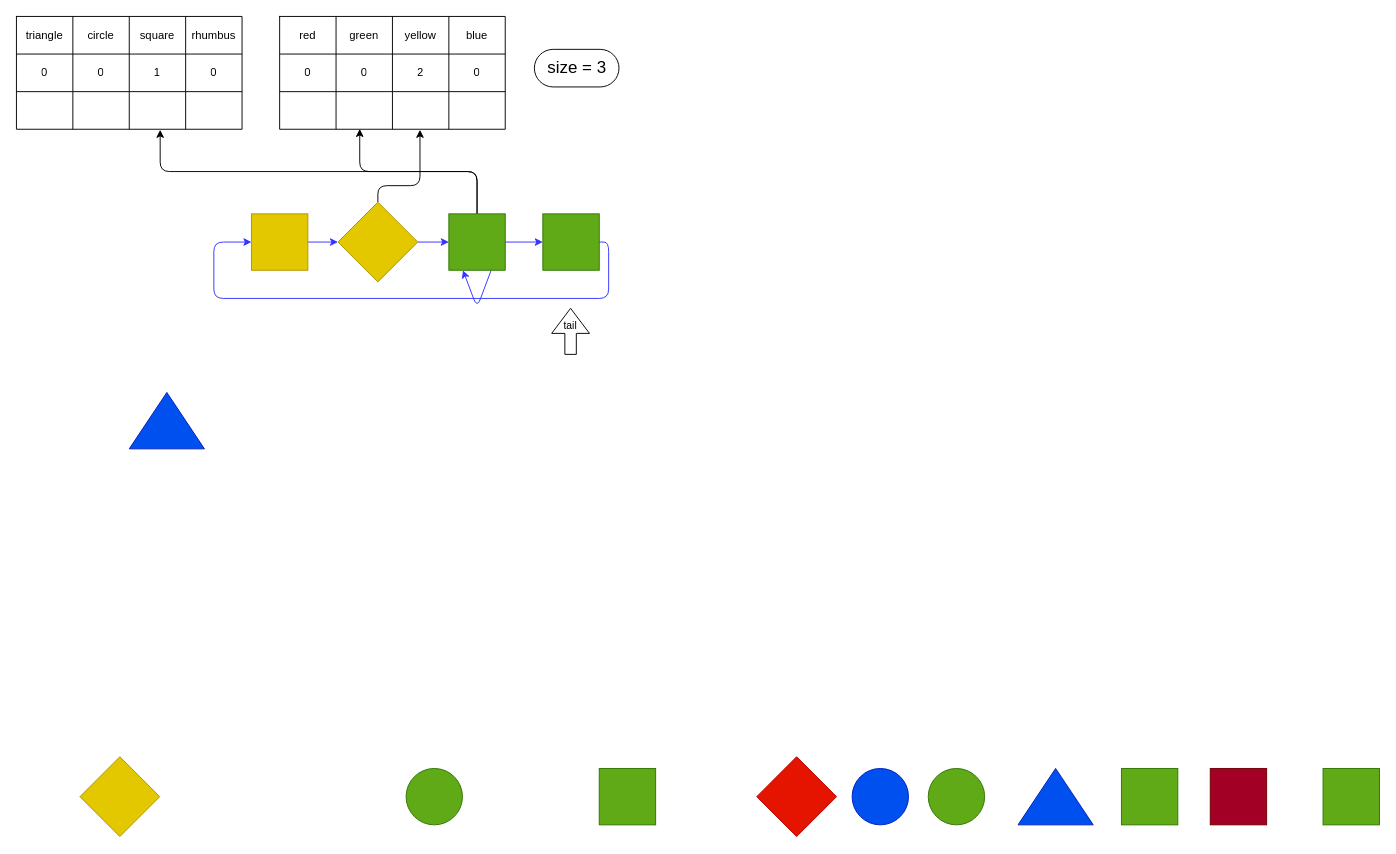
Above: docs/diagrams/walkthrouExamleDeleteAfterShift.drawio in AbderrahimeEl/Tetris (draw.io), before the change. Source tidied: cells renumbered, new cells numbered last; positions are measured from the earlier drawing's top-left corner, leaving out a move shared by most shapes. Both pictures are drawn from the tidied source at 94%, with x=0, y=0 at pixel (16, 16).
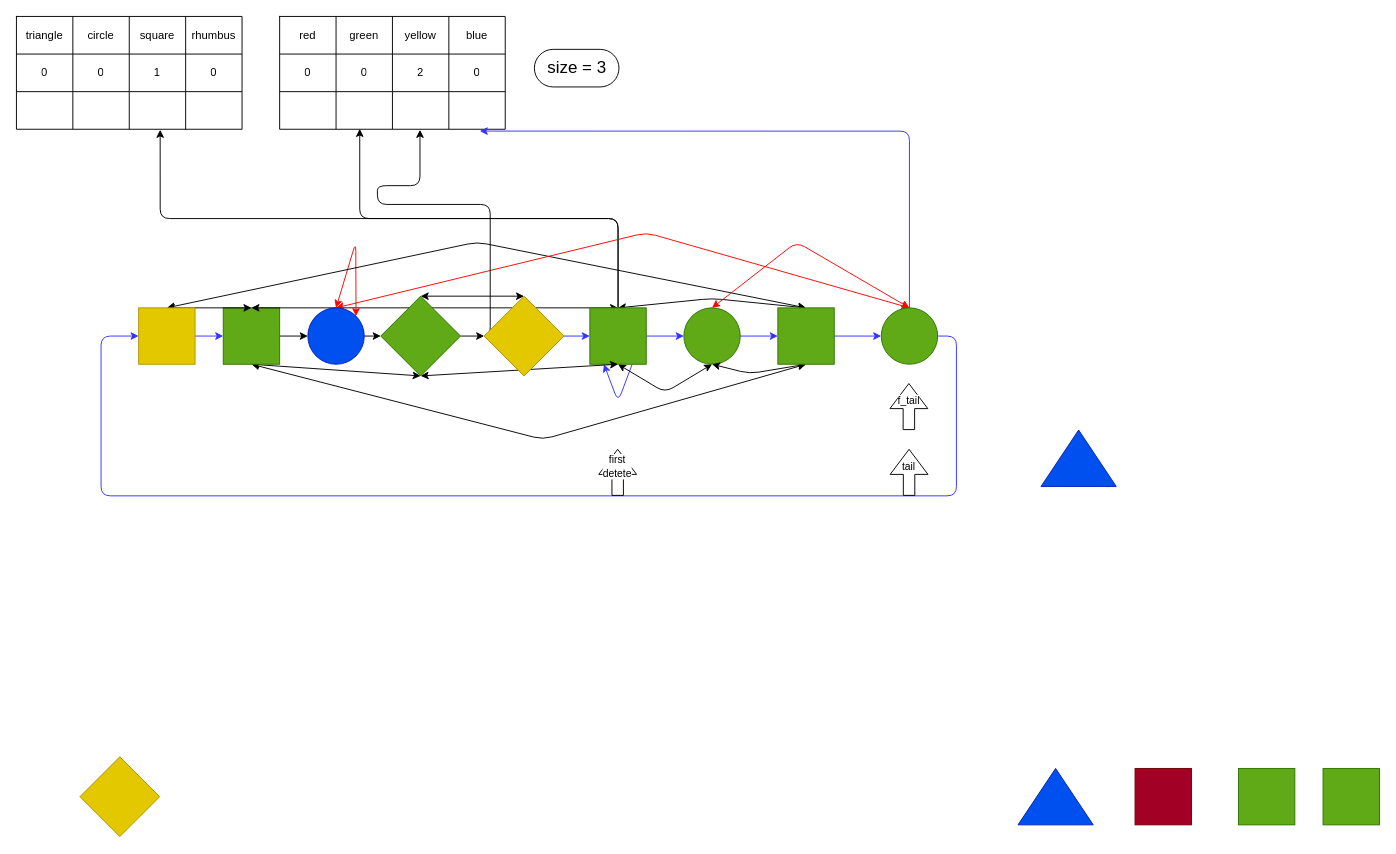
The same page after the edit.

Unchanged cells that the change refers to:
```xml
<mxCell id="13" style="shape=tableRow;horizontal=0;startSize=0;swimlaneHead=0;swimlaneBody=0;top=0;left=0;bottom=0;right=0;fillColor=none;points=[[0,0.5],[1,0.5]];portConstraint=eastwest;" parent="2" vertex="1">
  <mxGeometry y="80" width="240" height="40" as="geometry" />
</mxCell>
```

What changed in the source:
```diff
@@
     <mxCell id="18" style="rounded=0;whiteSpace=wrap;html=1;fillColor=#a20025;fontColor=#ffffff;strokeColor=#6F0000;" parent="1" vertex="1">
-      <mxGeometry x="1270" y="800" width="60" height="60" as="geometry" />
+      <mxGeometry x="1190" y="800" width="60" height="60" as="geometry" />
     </mxCell>
+    <mxCell id="60" style="edgeStyle=none;html=1;exitX=1;exitY=0.5;exitDx=0;exitDy=0;entryX=0;entryY=0.5;entryDx=0;entryDy=0;strokeColor=#3333FF;" parent="1" edge="1" source="28" target="29">
+      <mxGeometry relative="1" as="geometry" />
+    </mxCell>
+    <mxCell id="61" style="html=1;exitX=1;exitY=0.5;exitDx=0;exitDy=0;entryX=0;entryY=0.5;entryDx=0;entryDy=0;" parent="1" edge="1" source="19" target="33">
+      <mxGeometry relative="1" as="geometry" />
+    </mxCell>
+    <mxCell id="62" style="edgeStyle=none;html=1;exitX=0.5;exitY=1;exitDx=0;exitDy=0;entryX=0;entryY=1;entryDx=0;entryDy=0;startArrow=classic;startFill=1;" parent="1" edge="1" source="19" target="32">
+      <mxGeometry relative="1" as="geometry" />
+    </mxCell>
+    <mxCell id="63" style="edgeStyle=none;html=1;exitX=0.5;exitY=1;exitDx=0;exitDy=0;entryX=0.5;entryY=1;entryDx=0;entryDy=0;startArrow=classic;startFill=1;" parent="1" edge="1" source="19" target="29">
+      <mxGeometry relative="1" as="geometry">
+        <Array as="points">
+          <mxPoint x="560" y="450" />
+        </Array>
+      </mxGeometry>
+    </mxCell>
     <mxCell id="19" style="rounded=0;whiteSpace=wrap;html=1;fillColor=#60a917;fontColor=#ffffff;strokeColor=#2D7600;" parent="1" vertex="1">
-      <mxGeometry x="560" y="210" width="60" height="60" as="geometry" />
+      <mxGeometry x="220" y="310" width="60" height="60" as="geometry" />
     </mxCell>
@@
-    <mxCell id="22" style="edgeStyle=orthogonalEdgeStyle;html=1;entryX=0;entryY=0.5;entryDx=0;entryDy=0;fontSize=18;exitX=1;exitY=0.5;exitDx=0;exitDy=0;fillColor=#3333FF;strokeColor=#3333FF;" parent="1" edge="1" source="19" target="31">
+    <mxCell id="22" style="edgeStyle=orthogonalEdgeStyle;html=1;entryX=0;entryY=0.5;entryDx=0;entryDy=0;fontSize=18;fillColor=#3333FF;strokeColor=#3333FF;exitX=1;exitY=0.5;exitDx=0;exitDy=0;" parent="1" edge="1" source="35" target="31">
       <mxGeometry relative="1" as="geometry">
         <Array as="points">
-          <mxPoint x="630" y="240" />
-          <mxPoint x="630" y="300" />
-          <mxPoint x="210" y="300" />
-          <mxPoint x="210" y="240" />
+          <mxPoint x="1000" y="340" />
+          <mxPoint x="1000" y="510" />
+          <mxPoint x="90" y="510" />
+          <mxPoint x="90" y="340" />
         </Array>
       </mxGeometry>
     </mxCell>
-    <mxCell id="23" style="edgeStyle=none;html=1;entryX=0;entryY=0.5;entryDx=0;entryDy=0;fillColor=#3333FF;strokeColor=#3333FF;" parent="1" edge="1" source="25" target="19">
+    <mxCell id="23" style="edgeStyle=none;html=1;entryX=0;entryY=0.5;entryDx=0;entryDy=0;fillColor=#3333FF;strokeColor=#3333FF;" parent="1" edge="1" source="25" target="28">
       <mxGeometry relative="1" as="geometry" />
     </mxCell>
     <mxCell id="24" style="edgeStyle=orthogonalEdgeStyle;html=1;strokeColor=#3333FF;fillColor=#3333FF;exitX=0.75;exitY=1;exitDx=0;exitDy=0;entryX=0.25;entryY=1;entryDx=0;entryDy=0;" parent="1" edge="1" source="25" target="25">
       <mxGeometry relative="1" as="geometry">
         <Array as="points">
-          <mxPoint x="490" y="310" />
+          <mxPoint x="640" y="410" />
         </Array>
       </mxGeometry>
     </mxCell>
+    <mxCell id="64" style="edgeStyle=none;html=1;exitX=0.5;exitY=1;exitDx=0;exitDy=0;entryX=0.5;entryY=1;entryDx=0;entryDy=0;startArrow=classic;startFill=1;" parent="1" edge="1" source="25" target="28">
+      <mxGeometry relative="1" as="geometry">
+        <Array as="points">
+          <mxPoint x="690" y="400" />
+        </Array>
+      </mxGeometry>
+    </mxCell>
+    <mxCell id="65" style="edgeStyle=none;html=1;exitX=0.5;exitY=0;exitDx=0;exitDy=0;entryX=0.5;entryY=0;entryDx=0;entryDy=0;startArrow=classic;startFill=1;" parent="1" edge="1" source="25" target="19">
+      <mxGeometry relative="1" as="geometry" />
+    </mxCell>
+    <mxCell id="66" style="edgeStyle=none;html=1;exitX=0.5;exitY=0;exitDx=0;exitDy=0;entryX=0.5;entryY=0;entryDx=0;entryDy=0;startArrow=classic;startFill=1;" parent="1" edge="1" source="25" target="29">
+      <mxGeometry relative="1" as="geometry">
+        <Array as="points">
+          <mxPoint x="740" y="300" />
+        </Array>
+      </mxGeometry>
+    </mxCell>
     <mxCell id="25" style="rounded=0;whiteSpace=wrap;html=1;fillColor=#60a917;fontColor=#ffffff;strokeColor=#2D7600;" parent="1" vertex="1">
-      <mxGeometry x="460" y="210" width="60" height="60" as="geometry" />
+      <mxGeometry x="610" y="310" width="60" height="60" as="geometry" />
     </mxCell>
-    <mxCell id="26" style="triangle;whiteSpace=wrap;html=1;rotation=-90;fillColor=#0050ef;fontColor=#ffffff;strokeColor=#001DBC;" parent="1" vertex="1">
-      <mxGeometry x="130" y="390" width="60" height="80" as="geometry" />
-    </mxCell>
@@
+    <mxCell id="67" style="edgeStyle=none;html=1;exitX=1;exitY=0;exitDx=0;exitDy=0;entryX=0.5;entryY=0;entryDx=0;entryDy=0;startArrow=classic;startFill=1;strokeColor=#FF0000;" parent="1" edge="1" source="33" target="33">
+      <mxGeometry relative="1" as="geometry">
+        <Array as="points">
+          <mxPoint x="361" y="240" />
+        </Array>
+      </mxGeometry>
+    </mxCell>
     <mxCell id="28" style="ellipse;whiteSpace=wrap;html=1;fillColor=#60a917;fontColor=#ffffff;strokeColor=#2D7600;" parent="1" vertex="1">
-      <mxGeometry x="414.5" y="800" width="60" height="60" as="geometry" />
+      <mxGeometry x="710" y="310" width="60" height="60" as="geometry" />
     </mxCell>
+    <mxCell id="68" style="edgeStyle=none;html=1;exitX=0.5;exitY=1;exitDx=0;exitDy=0;entryX=0.5;entryY=1;entryDx=0;entryDy=0;startArrow=classic;startFill=1;" parent="1" edge="1" source="29" target="28">
+      <mxGeometry relative="1" as="geometry">
+        <Array as="points">
+          <mxPoint x="780" y="380" />
+        </Array>
+      </mxGeometry>
+    </mxCell>
+    <mxCell id="69" style="edgeStyle=none;html=1;exitX=0.5;exitY=0;exitDx=0;exitDy=0;entryX=0.5;entryY=0;entryDx=0;entryDy=0;startArrow=classic;startFill=1;" parent="1" edge="1" source="29" target="31">
+      <mxGeometry relative="1" as="geometry">
+        <Array as="points">
+          <mxPoint x="490" y="240" />
+        </Array>
+      </mxGeometry>
+    </mxCell>
+    <mxCell id="70" style="edgeStyle=none;html=1;exitX=1;exitY=0.5;exitDx=0;exitDy=0;entryX=0;entryY=0.5;entryDx=0;entryDy=0;startArrow=none;startFill=0;strokeColor=#3333FF;" parent="1" edge="1" source="29" target="35">
+      <mxGeometry relative="1" as="geometry" />
+    </mxCell>
     <mxCell id="29" style="rounded=0;whiteSpace=wrap;html=1;fillColor=#60a917;fontColor=#ffffff;strokeColor=#2D7600;" parent="1" vertex="1">
-      <mxGeometry x="620" y="800" width="60" height="60" as="geometry" />
+      <mxGeometry x="810" y="310" width="60" height="60" as="geometry" />
     </mxCell>
-    <mxCell id="30" style="edgeStyle=orthogonalEdgeStyle;html=1;exitX=1;exitY=0.5;exitDx=0;exitDy=0;entryX=0;entryY=0;entryDx=0;entryDy=0;fontSize=18;strokeColor=#3333FF;" parent="1" edge="1" source="31" target="40">
+    <mxCell id="30" style="edgeStyle=orthogonalEdgeStyle;html=1;exitX=1;exitY=0.5;exitDx=0;exitDy=0;entryX=0;entryY=0.5;entryDx=0;entryDy=0;fontSize=18;strokeColor=#3333FF;" parent="1" edge="1" source="31" target="19">
       <mxGeometry relative="1" as="geometry" />
     </mxCell>
+    <mxCell id="71" style="edgeStyle=none;html=1;exitX=0.5;exitY=0;exitDx=0;exitDy=0;entryX=0.5;entryY=0;entryDx=0;entryDy=0;startArrow=classic;startFill=1;" parent="1" edge="1" source="31" target="19">
+      <mxGeometry relative="1" as="geometry" />
+    </mxCell>
     <mxCell id="31" style="rounded=0;whiteSpace=wrap;html=1;fillColor=#e3c800;fontColor=#000000;strokeColor=#B09500;" parent="1" vertex="1">
-      <mxGeometry x="250" y="210" width="60" height="60" as="geometry" />
+      <mxGeometry x="130" y="310" width="60" height="60" as="geometry" />
     </mxCell>
+    <mxCell id="72" style="edgeStyle=none;html=1;exitX=1;exitY=1;exitDx=0;exitDy=0;entryX=0;entryY=0;entryDx=0;entryDy=0;" parent="1" edge="1" source="32" target="40">
+      <mxGeometry relative="1" as="geometry" />
+    </mxCell>
+    <mxCell id="73" style="edgeStyle=none;html=1;exitX=0;exitY=1;exitDx=0;exitDy=0;startArrow=classic;startFill=1;entryX=0.5;entryY=1;entryDx=0;entryDy=0;" parent="1" edge="1" source="32" target="25">
+      <mxGeometry relative="1" as="geometry" />
+    </mxCell>
-    <mxCell id="32" style="rounded=0;whiteSpace=wrap;html=1;fillColor=#e51400;fontColor=#ffffff;strokeColor=#B20000;rotation=-45;" parent="1" vertex="1">
-      <mxGeometry x="800" y="800" width="60" height="60" as="geometry" />
+    <mxCell id="32" style="rounded=0;whiteSpace=wrap;html=1;fillColor=#60a917;strokeColor=#2D7600;rotation=-45;fontColor=#ffffff;" parent="1" vertex="1">
+      <mxGeometry x="400" y="310" width="60" height="60" as="geometry" />
     </mxCell>
+    <mxCell id="74" style="edgeStyle=none;html=1;exitX=1;exitY=0.5;exitDx=0;exitDy=0;entryX=0;entryY=0;entryDx=0;entryDy=0;" parent="1" edge="1" source="33" target="32">
+      <mxGeometry relative="1" as="geometry" />
+    </mxCell>
+    <mxCell id="75" style="edgeStyle=none;html=1;exitX=0.5;exitY=0;exitDx=0;exitDy=0;entryX=0.5;entryY=0;entryDx=0;entryDy=0;startArrow=classic;startFill=1;strokeColor=#FF0000;" parent="1" edge="1" source="33" target="35">
+      <mxGeometry relative="1" as="geometry">
+        <Array as="points">
+          <mxPoint x="670" y="230" />
+        </Array>
+      </mxGeometry>
+    </mxCell>
     <mxCell id="33" style="ellipse;whiteSpace=wrap;html=1;fillColor=#0050ef;fontColor=#ffffff;strokeColor=#001DBC;" parent="1" vertex="1">
-      <mxGeometry x="889" y="800" width="60" height="60" as="geometry" />
+      <mxGeometry x="310" y="310" width="60" height="60" as="geometry" />
     </mxCell>
@@
+    <mxCell id="76" style="edgeStyle=none;html=1;exitX=0.5;exitY=0;exitDx=0;exitDy=0;entryX=0.5;entryY=0;entryDx=0;entryDy=0;startArrow=classic;startFill=1;strokeColor=#FF0000;" parent="1" edge="1" source="35" target="28">
+      <mxGeometry relative="1" as="geometry">
+        <Array as="points">
+          <mxPoint x="830" y="240" />
+        </Array>
+      </mxGeometry>
+    </mxCell>
+    <mxCell id="77" style="edgeStyle=orthogonalEdgeStyle;html=1;exitX=0.5;exitY=0;exitDx=0;exitDy=0;entryX=0.887;entryY=1.049;entryDx=0;entryDy=0;entryPerimeter=0;strokeColor=#3333FF;startArrow=none;startFill=0;" parent="1" edge="1" source="35" target="13">
+      <mxGeometry relative="1" as="geometry" />
+    </mxCell>
     <mxCell id="35" style="ellipse;whiteSpace=wrap;html=1;fillColor=#60a917;fontColor=#ffffff;strokeColor=#2D7600;" parent="1" vertex="1">
-      <mxGeometry x="970" y="800" width="60" height="60" as="geometry" />
+      <mxGeometry x="920" y="310" width="60" height="60" as="geometry" />
     </mxCell>
     <mxCell id="36" style="rounded=0;whiteSpace=wrap;html=1;fillColor=#60a917;fontColor=#ffffff;strokeColor=#2D7600;" parent="1" vertex="1">
-      <mxGeometry x="1175.5" y="800" width="60" height="60" as="geometry" />
+      <mxGeometry x="1300" y="800" width="60" height="60" as="geometry" />
     </mxCell>
@@
     <mxCell id="39" style="edgeStyle=orthogonalEdgeStyle;html=1;entryX=0.622;entryY=1.015;entryDx=0;entryDy=0;entryPerimeter=0;fontSize=18;" parent="1" edge="1" source="40" target="13">
       <mxGeometry relative="1" as="geometry">
         <Array as="points">
+          <mxPoint x="504" y="200" />
+          <mxPoint x="384" y="200" />
           <mxPoint x="384" y="180" />
           <mxPoint x="429" y="180" />
         </Array>
       </mxGeometry>
     </mxCell>
+    <mxCell id="78" style="edgeStyle=none;html=1;exitX=1;exitY=0;exitDx=0;exitDy=0;entryX=1;entryY=0;entryDx=0;entryDy=0;startArrow=classic;startFill=1;" parent="1" edge="1" source="40" target="32">
+      <mxGeometry relative="1" as="geometry" />
+    </mxCell>
     <mxCell id="40" style="rounded=0;whiteSpace=wrap;html=1;fillColor=#e3c800;fontColor=#000000;strokeColor=#B09500;rotation=-45;" parent="1" vertex="1">
-      <mxGeometry x="354.5" y="210" width="60" height="60" as="geometry" />
+      <mxGeometry x="510" y="310" width="60" height="60" as="geometry" />
     </mxCell>
@@
     <mxCell id="58" style="edgeStyle=none;orthogonalLoop=1;jettySize=auto;html=1;shape=flexArrow;rounded=1;startSize=8;endSize=8.560975609756099;endWidth=27.073170731707318;width=12.195121951219512;" parent="1" edge="1">
       <mxGeometry relative="1" as="geometry">
-        <mxPoint x="589.5" y="360" as="sourcePoint" />
-        <mxPoint x="589.5" y="310" as="targetPoint" />
+        <mxPoint x="949.6" y="510" as="sourcePoint" />
+        <mxPoint x="949.6" y="460" as="targetPoint" />
       </mxGeometry>
     </mxCell>
@@
+    <mxCell id="79" style="edgeStyle=none;orthogonalLoop=1;jettySize=auto;html=1;shape=flexArrow;rounded=1;startSize=8;endSize=8.560975609756099;endWidth=27.073170731707318;width=12.195121951219512;" parent="1" edge="1">
+      <mxGeometry relative="1" as="geometry">
+        <mxPoint x="949.4" y="440" as="sourcePoint" />
+        <mxPoint x="949.4" y="390" as="targetPoint" />
+      </mxGeometry>
+    </mxCell>
+    <mxCell id="80" value="f_tail" style="edgeLabel;html=1;align=center;verticalAlign=middle;" parent="79" vertex="1">
+      <mxGeometry x="0.26" y="1" relative="1" as="geometry" />
+    </mxCell>
+    <mxCell id="26" style="triangle;whiteSpace=wrap;html=1;rotation=-90;fillColor=#0050ef;fontColor=#ffffff;strokeColor=#001DBC;" parent="1" vertex="1">
+      <mxGeometry x="1100" y="430" width="60" height="80" as="geometry" />
+    </mxCell>
+    <mxCell id="81" style="edgeStyle=none;orthogonalLoop=1;jettySize=auto;html=1;shape=flexArrow;rounded=1;startSize=8;endSize=8.560975609756099;endWidth=27.073170731707318;width=12.195121951219512;" parent="1" edge="1">
+      <mxGeometry relative="1" as="geometry">
+        <mxPoint x="639.6" y="510" as="sourcePoint" />
+        <mxPoint x="639.6" y="460" as="targetPoint" />
+      </mxGeometry>
+    </mxCell>
+    <mxCell id="82" value="first&lt;br&gt;detete" style="edgeLabel;html=1;align=center;verticalAlign=middle;" parent="81" vertex="1">
+      <mxGeometry x="0.26" y="1" relative="1" as="geometry" />
+    </mxCell>
```
